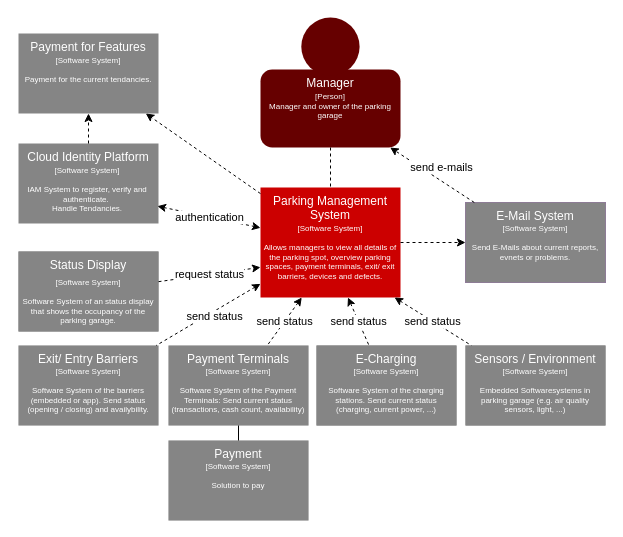
Before: page "System Kontext" (3 of 8) of docu/parking_management.drawio in msi-cad-vw/.github, a draw.io diagram. Source tidied: cells renumbered, new cells numbered last; positions are measured from the earlier drawing's top-left corner, leaving out a move shared by most shapes. Both pictures are drawn from the tidied source at 100%, with x=0, y=0 at pixel (17, 17).
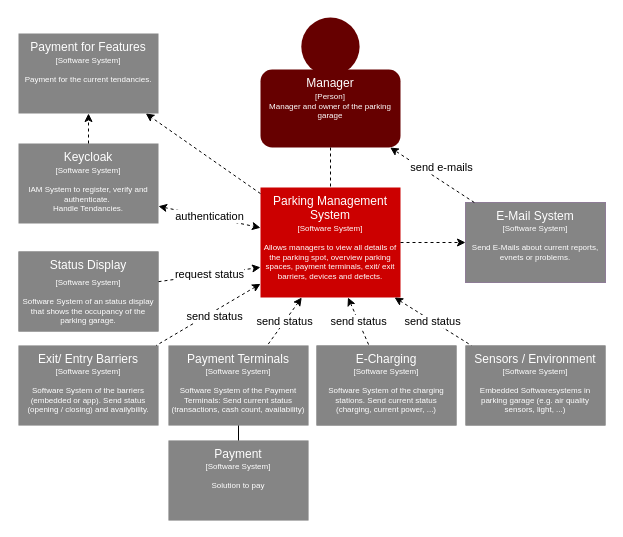
Above is the later version.

Unchanged cells that the change refers to:
```xml
<mxCell id="34" style="group;" parent="1" vertex="1">
  <mxGeometry y="126" width="141" height="80" as="geometry" />
</mxCell>
```

What changed in the source:
```diff
@@
-    <mxCell id="35" value="Cloud Identity Platform" style="rounded=0;html=1;strokeColor=none;fillColor=#858585;fontColor=#FFFFFF;whiteSpace=wrap;verticalAlign=top;" parent="34" vertex="1">
+    <mxCell id="35" value="Keycloak" style="rounded=0;html=1;strokeColor=none;fillColor=#858585;fontColor=#FFFFFF;whiteSpace=wrap;verticalAlign=top;" parent="34" vertex="1">
       <mxGeometry x="1" width="140" height="80" as="geometry" />
     </mxCell>
     <mxCell id="36" value="&lt;span style=&quot;font-family: Helvetica; font-size: 8px; font-style: normal; font-variant-ligatures: normal; font-variant-caps: normal; font-weight: 400; letter-spacing: normal; orphans: 2; text-align: center; text-indent: 0px; text-transform: none; widows: 2; word-spacing: 0px; -webkit-text-stroke-width: 0px; text-decoration-thickness: initial; text-decoration-style: initial; text-decoration-color: initial; float: none; display: inline !important;&quot;&gt;[Software System]&lt;br&gt;&lt;br&gt;IAM System to register, verify and authenticate.&amp;nbsp;&lt;br&gt;Handle Tendancies.&lt;br&gt;&lt;/span&gt;" style="text;html=1;strokeColor=none;fillColor=none;align=center;verticalAlign=top;whiteSpace=wrap;rounded=0;fontSize=8;fontColor=#FFFFFF;labelBackgroundColor=none;" parent="34" vertex="1">
-      <mxGeometry y="16" width="140" height="64" as="geometry" />
+      <mxGeometry x="1" y="16" width="140" height="64" as="geometry" />
     </mxCell>
```
